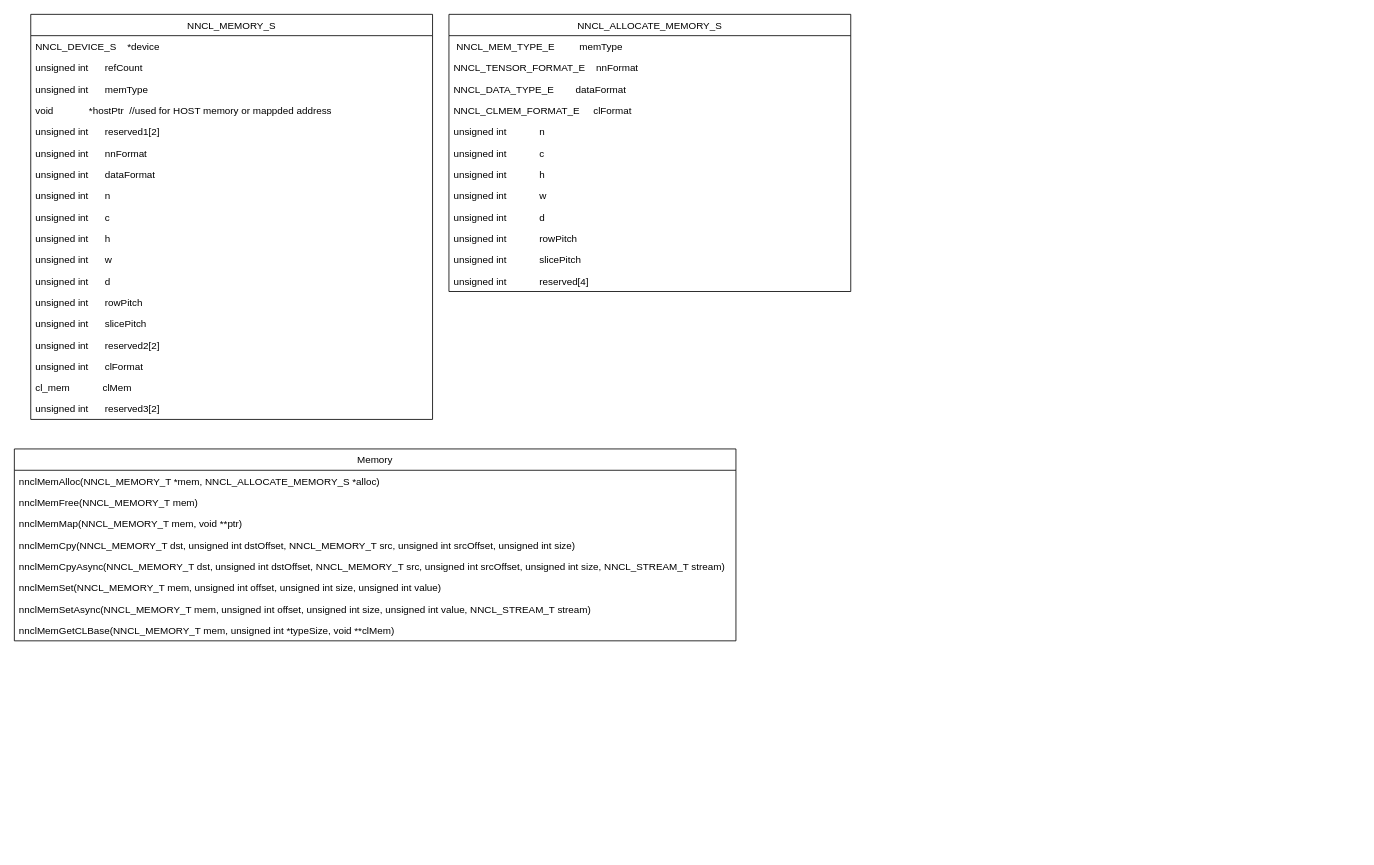
sudocloud/draw.io keeps this draw.io diagram as page "memory" (5 of 6) of streamevent.drawio. Above is the earlier version. Source tidied: cells renumbered, new cells numbered last; positions are measured from the earlier drawing's top-left corner, leaving out a move shared by most shapes. Both pictures are drawn from the tidied source at 82%, with x=0, y=0 at pixel (14, 14).
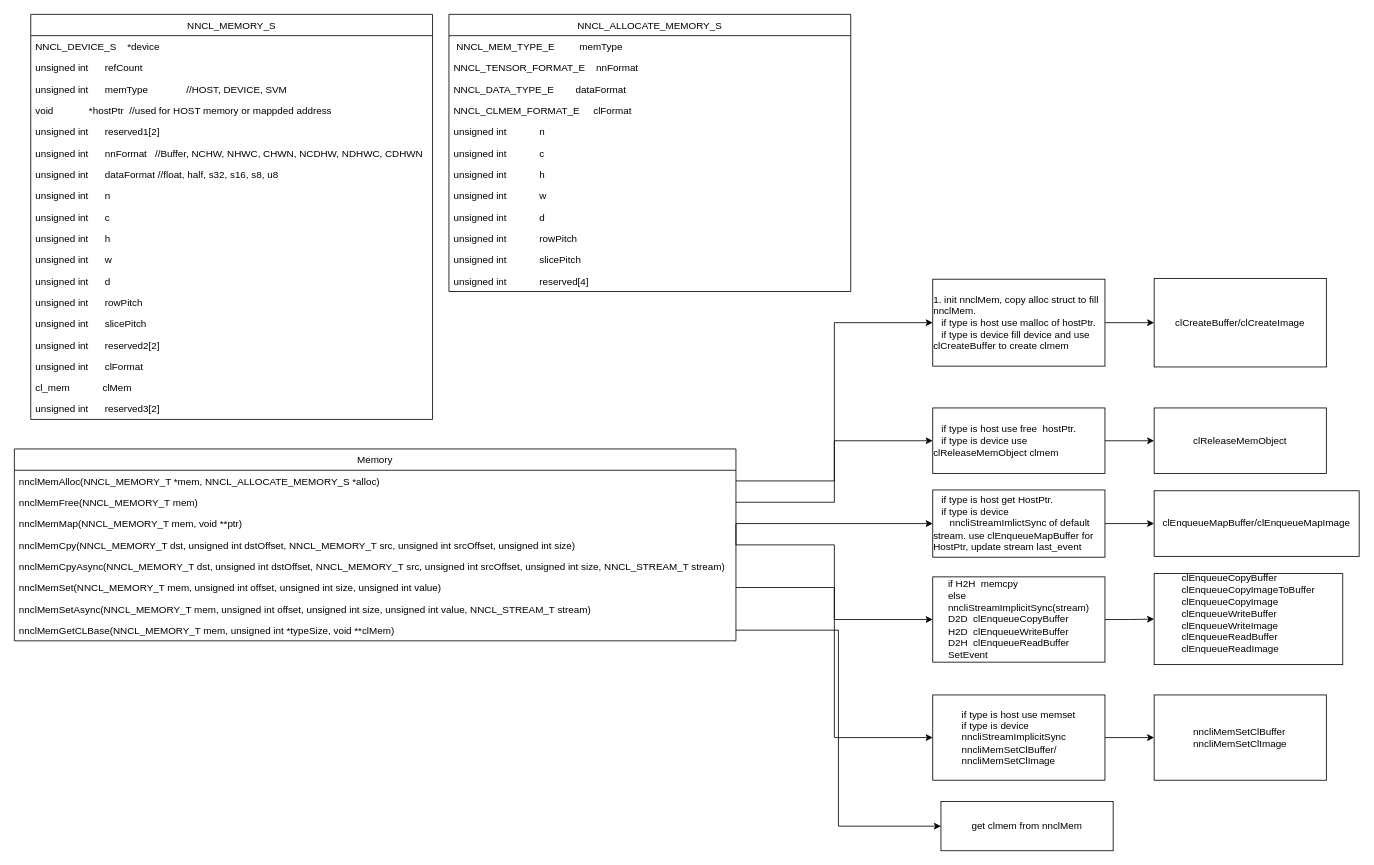
The same diagram, later.

Unchanged cells that the change refers to:
```xml
<mxCell id="2" value="NNCL_MEMORY_S" style="swimlane;fontStyle=0;horizontal=1;startSize=26;fillColor=none;" parent="1" vertex="1">
  <mxGeometry x="20" width="490" height="494" as="geometry" />
</mxCell>
<mxCell id="35" value="nnclMemAlloc(NNCL_MEMORY_T *mem, NNCL_ALLOCATE_MEMORY_S *alloc)" style="text;strokeColor=none;fillColor=none;align=left;verticalAlign=top;spacingLeft=4;spacingRight=4;overflow=hidden;points=[[0,0.5],[1,0.5]];portConstraint=eastwest;" parent="34" vertex="1">
  <mxGeometry y="26" width="880" height="26" as="geometry" />
</mxCell>
<mxCell id="36" value="nnclMemFree(NNCL_MEMORY_T mem)" style="text;strokeColor=none;fillColor=none;align=left;verticalAlign=top;spacingLeft=4;spacingRight=4;overflow=hidden;points=[[0,0.5],[1,0.5]];portConstraint=eastwest;" parent="34" vertex="1">
  <mxGeometry y="52" width="880" height="26" as="geometry" />
</mxCell>
<mxCell id="38" value="nnclMemCpy(NNCL_MEMORY_T dst, unsigned int dstOffset, NNCL_MEMORY_T src, unsigned int srcOffset, unsigned int size)" style="text;strokeColor=none;fillColor=none;align=left;verticalAlign=top;spacingLeft=4;spacingRight=4;overflow=hidden;points=[[0,0.5],[1,0.5]];portConstraint=eastwest;" parent="34" vertex="1">
  <mxGeometry y="104" width="880" height="26" as="geometry" />
</mxCell>
<mxCell id="40" value="nnclMemSet(NNCL_MEMORY_T mem, unsigned int offset, unsigned int size, unsigned int value)" style="text;strokeColor=none;fillColor=none;align=left;verticalAlign=top;spacingLeft=4;spacingRight=4;overflow=hidden;points=[[0,0.5],[1,0.5]];portConstraint=eastwest;" parent="34" vertex="1">
  <mxGeometry y="156" width="880" height="26" as="geometry" />
</mxCell>
<mxCell id="42" value="nnclMemGetCLBase(NNCL_MEMORY_T mem, unsigned int *typeSize, void **clMem)" style="text;strokeColor=none;fillColor=none;align=left;verticalAlign=top;spacingLeft=4;spacingRight=4;overflow=hidden;points=[[0,0.5],[1,0.5]];portConstraint=eastwest;" parent="34" vertex="1">
  <mxGeometry y="208" width="880" height="26" as="geometry" />
</mxCell>
```

What changed in the source:
```diff
@@
-    <mxCell id="5" value="unsigned int      memType" style="text;strokeColor=none;fillColor=none;align=left;verticalAlign=top;spacingLeft=4;spacingRight=4;overflow=hidden;" parent="2" vertex="1">
+    <mxCell id="5" value="unsigned int      memType              //HOST, DEVICE, SVM" style="text;strokeColor=none;fillColor=none;align=left;verticalAlign=top;spacingLeft=4;spacingRight=4;overflow=hidden;" parent="2" vertex="1">
       <mxGeometry y="78" width="490" height="26" as="geometry" />
     </mxCell>
@@
-    <mxCell id="8" value="unsigned int      nnFormat" style="text;strokeColor=none;fillColor=none;align=left;verticalAlign=top;spacingLeft=4;spacingRight=4;overflow=hidden;" parent="2" vertex="1">
+    <mxCell id="8" value="unsigned int      nnFormat   //Buffer, NCHW, NHWC, CHWN, NCDHW, NDHWC, CDHWN" style="text;strokeColor=none;fillColor=none;align=left;verticalAlign=top;spacingLeft=4;spacingRight=4;overflow=hidden;" parent="2" vertex="1">
       <mxGeometry y="156" width="490" height="26" as="geometry" />
     </mxCell>
-    <mxCell id="9" value="unsigned int      dataFormat" style="text;strokeColor=none;fillColor=none;align=left;verticalAlign=top;spacingLeft=4;spacingRight=4;overflow=hidden;" parent="2" vertex="1">
+    <mxCell id="9" value="unsigned int      dataFormat //float, half, s32, s16, s8, u8" style="text;strokeColor=none;fillColor=none;align=left;verticalAlign=top;spacingLeft=4;spacingRight=4;overflow=hidden;" parent="2" vertex="1">
       <mxGeometry y="182" width="490" height="26" as="geometry" />
     </mxCell>
@@
+    <mxCell id="43" style="edgeStyle=orthogonalEdgeStyle;rounded=0;jettySize=auto;html=1;" parent="1" edge="1" source="44" target="45">
+      <mxGeometry relative="1" as="geometry" />
+    </mxCell>
+    <mxCell id="44" value="&lt;div style=&quot;text-align: left&quot;&gt;1. init nnclMem, copy alloc struct to fill nnclMem.&lt;/div&gt;&lt;div style=&quot;text-align: left&quot;&gt;&amp;nbsp; &amp;nbsp;if type is host use malloc of hostPtr.&lt;/div&gt;&lt;div style=&quot;text-align: left&quot;&gt;&amp;nbsp; &amp;nbsp;if type is device fill device and use clCreateBuffer to create clmem&lt;/div&gt;" style="rounded=0;whiteSpace=wrap;html=1;" parent="1" vertex="1">
+      <mxGeometry x="1120" y="323" width="210" height="106" as="geometry" />
+    </mxCell>
+    <mxCell id="45" value="&lt;div style=&quot;text-align: left&quot;&gt;clCreateBuffer/clCreateImage&lt;/div&gt;" style="rounded=0;whiteSpace=wrap;html=1;" parent="1" vertex="1">
+      <mxGeometry x="1390" y="322" width="210" height="108" as="geometry" />
+    </mxCell>
+    <mxCell id="46" style="edgeStyle=orthogonalEdgeStyle;rounded=0;jettySize=auto;html=1;exitX=1;exitY=0.5;exitDx=0;exitDy=0;entryX=0;entryY=0.5;entryDx=0;entryDy=0;" parent="1" edge="1" source="35" target="44">
+      <mxGeometry relative="1" as="geometry" />
+    </mxCell>
+    <mxCell id="47" style="edgeStyle=orthogonalEdgeStyle;rounded=0;jettySize=auto;html=1;" parent="1" edge="1" source="48" target="49">
+      <mxGeometry relative="1" as="geometry" />
+    </mxCell>
+    <mxCell id="48" value="&lt;div style=&quot;text-align: left&quot;&gt;&lt;span&gt;&amp;nbsp; &amp;nbsp;if type is host use free&amp;nbsp; hostPtr.&lt;/span&gt;&lt;br&gt;&lt;/div&gt;&lt;div style=&quot;text-align: left&quot;&gt;&amp;nbsp; &amp;nbsp;if type is device use clReleaseMemObject clmem&lt;/div&gt;" style="rounded=0;whiteSpace=wrap;html=1;" parent="1" vertex="1">
+      <mxGeometry x="1120" y="480" width="210" height="80" as="geometry" />
+    </mxCell>
+    <mxCell id="49" value="&lt;div style=&quot;text-align: left&quot;&gt;clReleaseMemObject&lt;br&gt;&lt;/div&gt;" style="rounded=0;whiteSpace=wrap;html=1;" parent="1" vertex="1">
+      <mxGeometry x="1390" y="480" width="210" height="80" as="geometry" />
+    </mxCell>
+    <mxCell id="50" style="edgeStyle=orthogonalEdgeStyle;rounded=0;jettySize=auto;html=1;exitX=1;exitY=0.5;exitDx=0;exitDy=0;entryX=0;entryY=0.5;entryDx=0;entryDy=0;" parent="1" edge="1" source="36" target="48">
+      <mxGeometry relative="1" as="geometry" />
+    </mxCell>
+    <mxCell id="51" style="edgeStyle=orthogonalEdgeStyle;rounded=0;jettySize=auto;html=1;" parent="1" edge="1" source="52" target="53">
+      <mxGeometry relative="1" as="geometry" />
+    </mxCell>
+    <mxCell id="52" value="&lt;div style=&quot;text-align: left&quot;&gt;&lt;span&gt;&amp;nbsp; &amp;nbsp;if type is host get HostPtr.&lt;/span&gt;&lt;br&gt;&lt;/div&gt;&lt;div style=&quot;text-align: left&quot;&gt;&amp;nbsp; &amp;nbsp;if type is device&lt;/div&gt;&lt;div style=&quot;text-align: left&quot;&gt;&amp;nbsp; &amp;nbsp; &amp;nbsp; nncliStreamImlictSync of default stream. use clEnqueueMapBuffer for HostPtr, update stream last_event&lt;/div&gt;" style="rounded=0;whiteSpace=wrap;html=1;" parent="1" vertex="1">
+      <mxGeometry x="1120" y="580" width="210" height="82" as="geometry" />
+    </mxCell>
+    <mxCell id="53" value="&lt;div style=&quot;text-align: left&quot;&gt;clEnqueueMapBuffer/clEnqueueMapImage&lt;/div&gt;" style="rounded=0;whiteSpace=wrap;html=1;" parent="1" vertex="1">
+      <mxGeometry x="1390" y="581" width="250" height="80" as="geometry" />
+    </mxCell>
+    <mxCell id="54" style="edgeStyle=orthogonalEdgeStyle;rounded=0;jettySize=auto;html=1;exitX=1;exitY=0.5;exitDx=0;exitDy=0;" parent="1" edge="1" source="38" target="52">
+      <mxGeometry relative="1" as="geometry">
+        <Array as="points">
+          <mxPoint x="880" y="621" />
+        </Array>
+      </mxGeometry>
+    </mxCell>
+    <mxCell id="55" style="edgeStyle=orthogonalEdgeStyle;rounded=0;jettySize=auto;html=1;" parent="1" edge="1" source="56" target="57">
+      <mxGeometry relative="1" as="geometry" />
+    </mxCell>
+    <mxCell id="56" value="&lt;div style=&quot;text-align: left&quot;&gt;&lt;div&gt;if H2H&amp;nbsp; memcpy&lt;/div&gt;&lt;div&gt;else&lt;/div&gt;&lt;div&gt;nncliStreamImplicitSync(stream)&lt;br&gt;&lt;/div&gt;&lt;div&gt;D2D&amp;nbsp; clEnqueueCopyBuffer&lt;/div&gt;&lt;div&gt;H2D&amp;nbsp; clEnqueueWriteBuffer&lt;/div&gt;&lt;div&gt;D2H&amp;nbsp; clEnqueueReadBuffer&lt;/div&gt;&lt;div&gt;SetEvent&lt;/div&gt;&lt;/div&gt;" style="rounded=0;whiteSpace=wrap;html=1;" parent="1" vertex="1">
+      <mxGeometry x="1120" y="686" width="210" height="104" as="geometry" />
+    </mxCell>
+    <mxCell id="57" value="&lt;div style=&quot;text-align: left&quot;&gt;clEnqueueCopyBuffer&lt;/div&gt;&lt;div style=&quot;text-align: left&quot;&gt;clEnqueueCopyImageToBuffer&lt;br&gt;&lt;/div&gt;&lt;div style=&quot;text-align: left&quot;&gt;&lt;span&gt;clEnqueueCopyImage&lt;/span&gt;&lt;br&gt;&lt;/div&gt;&lt;div style=&quot;text-align: left&quot;&gt;&lt;span&gt;clEnqueueWriteBuffer&lt;br&gt;&lt;/span&gt;&lt;/div&gt;&lt;div style=&quot;text-align: left&quot;&gt;&lt;span&gt;clEnqueueWriteImage&lt;br&gt;&lt;/span&gt;&lt;/div&gt;&lt;div style=&quot;text-align: left&quot;&gt;&lt;span&gt;clEnqueueReadBuffer&lt;br&gt;&lt;/span&gt;&lt;/div&gt;&lt;div style=&quot;text-align: left&quot;&gt;&lt;span&gt;clEnqueueReadImage&lt;br&gt;&lt;/span&gt;&lt;/div&gt;&lt;div style=&quot;text-align: left&quot;&gt;&lt;span&gt;&lt;br&gt;&lt;/span&gt;&lt;/div&gt;" style="rounded=0;whiteSpace=wrap;html=1;" parent="1" vertex="1">
+      <mxGeometry x="1390" y="682" width="230" height="111" as="geometry" />
+    </mxCell>
+    <mxCell id="58" style="edgeStyle=orthogonalEdgeStyle;rounded=0;jettySize=auto;html=1;exitX=1;exitY=0.5;exitDx=0;exitDy=0;entryX=0;entryY=0.5;entryDx=0;entryDy=0;" parent="1" edge="1" source="38" target="56">
+      <mxGeometry relative="1" as="geometry" />
+    </mxCell>
+    <mxCell id="59" style="edgeStyle=orthogonalEdgeStyle;rounded=0;jettySize=auto;html=1;" parent="1" edge="1" source="60" target="61">
+      <mxGeometry relative="1" as="geometry" />
+    </mxCell>
+    <mxCell id="60" value="&lt;div style=&quot;text-align: left&quot;&gt;&lt;div&gt;if type is host use memset&lt;/div&gt;&lt;div&gt;if type is device&amp;nbsp;&lt;/div&gt;&lt;div&gt;nncliStreamImplicitSync&lt;br&gt;&lt;/div&gt;&lt;div&gt;nncliMemSetClBuffer/&lt;br&gt;&lt;/div&gt;&lt;div&gt;nncliMemSetClImage&lt;br&gt;&lt;/div&gt;&lt;/div&gt;" style="rounded=0;whiteSpace=wrap;html=1;" parent="1" vertex="1">
+      <mxGeometry x="1120" y="830" width="210" height="104" as="geometry" />
+    </mxCell>
+    <mxCell id="61" value="&lt;div style=&quot;text-align: left&quot;&gt;&lt;div&gt;&lt;span&gt;nncliMemSetClBuffer&lt;/span&gt;&lt;br&gt;&lt;/div&gt;&lt;div&gt;nncliMemSetClImage&lt;br&gt;&lt;/div&gt;&lt;/div&gt;" style="rounded=0;whiteSpace=wrap;html=1;" parent="1" vertex="1">
+      <mxGeometry x="1390" y="830" width="210" height="104" as="geometry" />
+    </mxCell>
+    <mxCell id="62" style="edgeStyle=orthogonalEdgeStyle;rounded=0;jettySize=auto;html=1;exitX=1;exitY=0.5;exitDx=0;exitDy=0;entryX=0;entryY=0.5;entryDx=0;entryDy=0;" parent="1" edge="1" source="40" target="60">
+      <mxGeometry relative="1" as="geometry" />
+    </mxCell>
+    <mxCell id="63" value="&lt;div style=&quot;text-align: left&quot;&gt;get clmem from nnclMem&lt;/div&gt;" style="rounded=0;whiteSpace=wrap;html=1;" parent="1" vertex="1">
+      <mxGeometry x="1130" y="960" width="210" height="60" as="geometry" />
+    </mxCell>
+    <mxCell id="64" style="edgeStyle=orthogonalEdgeStyle;rounded=0;jettySize=auto;html=1;exitX=1;exitY=0.5;exitDx=0;exitDy=0;entryX=0;entryY=0.5;entryDx=0;entryDy=0;" parent="1" edge="1" source="42" target="63">
+      <mxGeometry relative="1" as="geometry" />
+    </mxCell>
```
